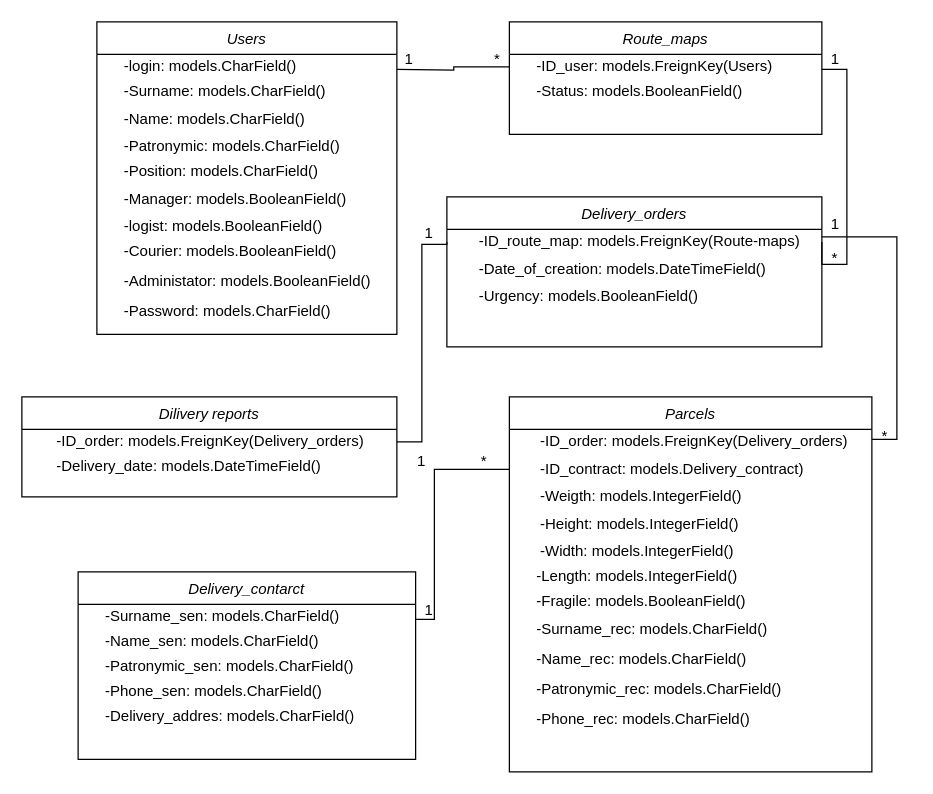
JolyBin/-Study keeps this draw.io diagram as Курсач/Draw io/Физическая диаграмма классов приложения.drawio. Above is the earlier version. Source tidied: cells renumbered, new cells numbered last; positions are measured from the earlier drawing's top-left corner, leaving out a move shared by most shapes. Both pictures are drawn from the tidied source at 125%, with x=0, y=0 at pixel (21, 21).
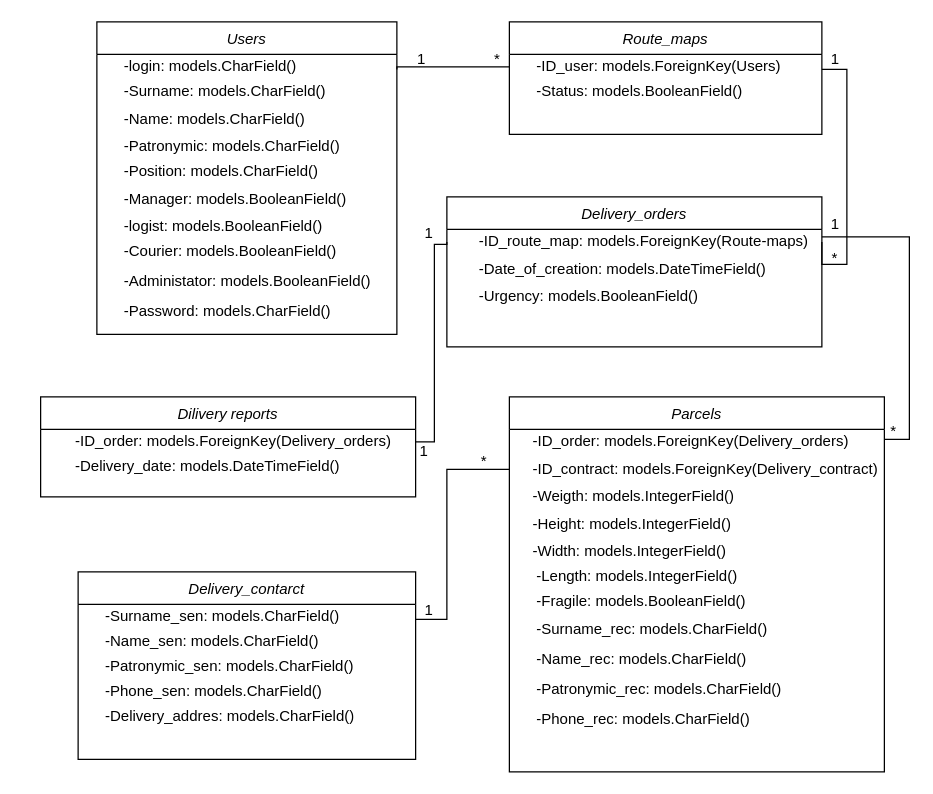
After the change.

Unchanged cells that the change refers to:
```xml
<mxCell id="7" style="shape=partialRectangle;html=1;whiteSpace=wrap;fillColor=none;top=0;left=0;bottom=0;right=0;points=[[0,0.5],[1,0.5]];portConstraint=eastwest;" parent="6" vertex="1">
  <mxGeometry width="250" height="20" as="geometry" />
</mxCell>
<mxCell id="99" style="shape=partialRectangle;html=1;whiteSpace=wrap;fillColor=none;top=0;left=0;bottom=0;right=0;points=[[0,0.5],[1,0.5]];portConstraint=eastwest;" parent="98" vertex="1">
  <mxGeometry width="300" height="20" as="geometry" />
</mxCell>
```

What changed in the source:
```diff
@@
     <mxCell id="2" style="edgeStyle=orthogonalEdgeStyle;rounded=0;jettySize=auto;html=1;entryX=0;entryY=0.5;entryDx=0;entryDy=0;endArrow=none;endFill=0;exitX=1;exitY=0.5;exitDx=0;exitDy=0;" parent="1" edge="1" target="7">
       <mxGeometry relative="1" as="geometry">
         <mxPoint x="300" y="38" as="sourcePoint" />
+        <Array as="points">
+          <mxPoint x="300" y="36" />
+        </Array>
       </mxGeometry>
     </mxCell>
     <mxCell id="3" value="1" style="text;html=1;strokeColor=none;fillColor=none;align=center;verticalAlign=middle;whiteSpace=wrap;rounded=0;" parent="1" vertex="1">
-      <mxGeometry x="290" y="20" width="40" height="20" as="geometry" />
+      <mxGeometry x="300" y="20" width="40" height="20" as="geometry" />
     </mxCell>
@@
-    <mxCell id="9" value="-ID_user: models.FreignKey(Users)" style="shape=partialRectangle;html=1;whiteSpace=wrap;overflow=hidden;fillColor=none;top=0;left=0;bottom=0;right=0;align=left;" parent="7" vertex="1">
+    <mxCell id="9" value="-ID_user: models.ForeignKey(Users)" style="shape=partialRectangle;html=1;whiteSpace=wrap;overflow=hidden;fillColor=none;top=0;left=0;bottom=0;right=0;align=left;" parent="7" vertex="1">
       <mxGeometry x="20" width="230" height="20" as="geometry" />
     </mxCell>
@@
-    <mxCell id="51" value="Dilivery reports" style="swimlane;fontStyle=2;align=center;verticalAlign=top;horizontal=1;startSize=26;rounded=0;shadow=0;strokeWidth=1;" parent="1" vertex="1">
-      <mxGeometry y="300" width="300" height="80" as="geometry" />
-    </mxCell>
-    <mxCell id="52" style="shape=table;html=1;whiteSpace=wrap;startSize=0;childLayout=tableLayout;fillColor=none;align=left;strokeColor=none;" parent="51" vertex="1">
-      <mxGeometry y="26" width="300" height="40" as="geometry" />
-    </mxCell>
-    <mxCell id="53" style="shape=partialRectangle;html=1;whiteSpace=wrap;fillColor=none;top=0;left=0;bottom=0;right=0;points=[[0,0.5],[1,0.5]];portConstraint=eastwest;" parent="52" vertex="1">
-      <mxGeometry width="300" height="20" as="geometry" />
-    </mxCell>
-    <mxCell id="54" style="shape=partialRectangle;html=1;whiteSpace=wrap;overflow=hidden;fillColor=none;top=0;left=0;bottom=0;right=0;align=center;" parent="53" vertex="1">
-      <mxGeometry width="26" height="20" as="geometry" />
-    </mxCell>
-    <mxCell id="55" value="-ID_order: models.FreignKey(Delivery_orders)" style="shape=partialRectangle;html=1;whiteSpace=wrap;overflow=hidden;fillColor=none;top=0;left=0;bottom=0;right=0;align=left;" parent="53" vertex="1">
-      <mxGeometry x="26" width="274" height="20" as="geometry" />
-    </mxCell>
-    <mxCell id="56" style="shape=partialRectangle;html=1;whiteSpace=wrap;fillColor=none;top=0;left=0;bottom=0;right=0;" parent="52" vertex="1">
-      <mxGeometry y="20" width="300" height="20" as="geometry" />
-    </mxCell>
-    <mxCell id="57" style="shape=partialRectangle;html=1;whiteSpace=wrap;overflow=hidden;fillColor=none;top=0;left=0;bottom=0;right=0;" parent="56" vertex="1">
-      <mxGeometry width="26" height="20" as="geometry" />
-    </mxCell>
-    <mxCell id="58" value="-Delivery_date: models.DateTimeField()" style="shape=partialRectangle;html=1;whiteSpace=wrap;overflow=hidden;fillColor=none;top=0;left=0;bottom=0;right=0;align=left;" parent="56" vertex="1">
-      <mxGeometry x="26" width="274" height="20" as="geometry" />
-    </mxCell>
     <mxCell id="59" style="edgeStyle=orthogonalEdgeStyle;rounded=0;jettySize=auto;html=1;entryX=0;entryY=0.5;entryDx=0;entryDy=0;endArrow=none;endFill=0;exitX=1;exitY=0.5;exitDx=0;exitDy=0;" parent="1" edge="1" source="53" target="99">
       <mxGeometry relative="1" as="geometry">
         <Array as="points">
-          <mxPoint x="320" y="336" />
-          <mxPoint x="320" y="178" />
+          <mxPoint x="330" y="336" />
+          <mxPoint x="330" y="178" />
           <mxPoint x="340" y="178" />
         </Array>
       </mxGeometry>
     </mxCell>
     <mxCell id="60" value="1" style="text;html=1;strokeColor=none;fillColor=none;align=center;verticalAlign=middle;whiteSpace=wrap;rounded=0;" parent="1" vertex="1">
-      <mxGeometry x="300" y="342" width="40" height="20" as="geometry" />
+      <mxGeometry x="302" y="334" width="40" height="20" as="geometry" />
     </mxCell>
@@
     <mxCell id="62" value="Parcels" style="swimlane;fontStyle=2;align=center;verticalAlign=top;horizontal=1;startSize=26;rounded=0;shadow=0;strokeWidth=1;" parent="1" vertex="1">
-      <mxGeometry x="390" y="300" width="290" height="300" as="geometry" />
+      <mxGeometry x="390" y="300" width="300" height="300" as="geometry" />
     </mxCell>
     <mxCell id="63" style="shape=table;html=1;whiteSpace=wrap;startSize=0;childLayout=tableLayout;fillColor=none;align=left;strokeColor=none;" parent="62" vertex="1">
-      <mxGeometry y="26" width="290" height="108" as="geometry" />
+      <mxGeometry y="26" width="300" height="108" as="geometry" />
     </mxCell>
     <mxCell id="64" style="shape=partialRectangle;html=1;whiteSpace=wrap;fillColor=none;top=0;left=0;bottom=0;right=0;" parent="63" vertex="1">
-      <mxGeometry width="290" height="20" as="geometry" />
+      <mxGeometry width="300" height="20" as="geometry" />
     </mxCell>
     <mxCell id="65" style="shape=partialRectangle;html=1;whiteSpace=wrap;overflow=hidden;fillColor=none;top=0;left=0;bottom=0;right=0;align=center;" parent="64" vertex="1">
-      <mxGeometry width="23" height="20" as="geometry" />
+      <mxGeometry width="17" height="20" as="geometry" />
     </mxCell>
-    <mxCell id="66" value="-ID_order: models.FreignKey(Delivery_orders)" style="shape=partialRectangle;html=1;whiteSpace=wrap;overflow=hidden;fillColor=none;top=0;left=0;bottom=0;right=0;align=left;" parent="64" vertex="1">
-      <mxGeometry x="23" width="267" height="20" as="geometry" />
+    <mxCell id="66" value="-ID_order: models.ForeignKey(Delivery_orders)" style="shape=partialRectangle;html=1;whiteSpace=wrap;overflow=hidden;fillColor=none;top=0;left=0;bottom=0;right=0;align=left;" parent="64" vertex="1">
+      <mxGeometry x="17" width="283" height="20" as="geometry" />
     </mxCell>
     <mxCell id="67" style="shape=partialRectangle;html=1;whiteSpace=wrap;fillColor=none;top=0;left=0;bottom=0;right=0;points=[[0,0.5],[1,0.5]];portConstraint=eastwest;" parent="63" vertex="1">
-      <mxGeometry y="20" width="290" height="24" as="geometry" />
+      <mxGeometry y="20" width="300" height="24" as="geometry" />
     </mxCell>
     <mxCell id="68" style="shape=partialRectangle;html=1;whiteSpace=wrap;overflow=hidden;fillColor=none;top=0;left=0;bottom=0;right=0;align=center;" parent="67" vertex="1">
-      <mxGeometry width="23" height="24" as="geometry" />
+      <mxGeometry width="17" height="24" as="geometry" />
     </mxCell>
-    <mxCell id="69" value="-ID_contract: models.Delivery_contract)" style="shape=partialRectangle;html=1;whiteSpace=wrap;overflow=hidden;fillColor=none;top=0;left=0;bottom=0;right=0;align=left;" parent="67" vertex="1">
-      <mxGeometry x="23" width="267" height="24" as="geometry" />
+    <mxCell id="69" value="-ID_contract: models.ForeignKey(Delivery_contract)" style="shape=partialRectangle;html=1;whiteSpace=wrap;overflow=hidden;fillColor=none;top=0;left=0;bottom=0;right=0;align=left;" parent="67" vertex="1">
+      <mxGeometry x="17" width="283" height="24" as="geometry" />
     </mxCell>
     <mxCell id="70" style="shape=partialRectangle;html=1;whiteSpace=wrap;fillColor=none;top=0;left=0;bottom=0;right=0;" parent="63" vertex="1">
-      <mxGeometry y="44" width="290" height="20" as="geometry" />
+      <mxGeometry y="44" width="300" height="20" as="geometry" />
     </mxCell>
     <mxCell id="71" style="shape=partialRectangle;html=1;whiteSpace=wrap;overflow=hidden;fillColor=none;top=0;left=0;bottom=0;right=0;align=left;" parent="70" vertex="1">
-      <mxGeometry width="23" height="20" as="geometry" />
+      <mxGeometry width="17" height="20" as="geometry" />
     </mxCell>
     <mxCell id="72" value="-Weigth: models.IntegerField()" style="shape=partialRectangle;html=1;whiteSpace=wrap;overflow=hidden;fillColor=none;top=0;left=0;bottom=0;right=0;align=left;" parent="70" vertex="1">
-      <mxGeometry x="23" width="267" height="20" as="geometry" />
+      <mxGeometry x="17" width="283" height="20" as="geometry" />
     </mxCell>
     <mxCell id="73" style="shape=partialRectangle;html=1;whiteSpace=wrap;fillColor=none;top=0;left=0;bottom=0;right=0;" parent="63" vertex="1">
-      <mxGeometry y="64" width="290" height="24" as="geometry" />
+      <mxGeometry y="64" width="300" height="24" as="geometry" />
     </mxCell>
     <mxCell id="74" style="shape=partialRectangle;html=1;whiteSpace=wrap;overflow=hidden;fillColor=none;top=0;left=0;bottom=0;right=0;align=left;" parent="73" vertex="1">
-      <mxGeometry width="23" height="24" as="geometry" />
+      <mxGeometry width="17" height="24" as="geometry" />
     </mxCell>
     <mxCell id="75" value="-Height: models.IntegerField()" style="shape=partialRectangle;html=1;whiteSpace=wrap;overflow=hidden;fillColor=none;top=0;left=0;bottom=0;right=0;align=left;" parent="73" vertex="1">
-      <mxGeometry x="23" width="267" height="24" as="geometry" />
+      <mxGeometry x="17" width="283" height="24" as="geometry" />
     </mxCell>
     <mxCell id="76" style="shape=partialRectangle;html=1;whiteSpace=wrap;fillColor=none;top=0;left=0;bottom=0;right=0;" parent="63" vertex="1">
-      <mxGeometry y="88" width="290" height="20" as="geometry" />
+      <mxGeometry y="88" width="300" height="20" as="geometry" />
     </mxCell>
     <mxCell id="77" style="shape=partialRectangle;html=1;whiteSpace=wrap;overflow=hidden;fillColor=none;top=0;left=0;bottom=0;right=0;" parent="76" vertex="1">
-      <mxGeometry width="23" height="20" as="geometry" />
+      <mxGeometry width="17" height="20" as="geometry" />
     </mxCell>
     <mxCell id="78" value="-Width: models.IntegerField()" style="shape=partialRectangle;html=1;whiteSpace=wrap;overflow=hidden;fillColor=none;top=0;left=0;bottom=0;right=0;align=left;" parent="76" vertex="1">
-      <mxGeometry x="23" width="267" height="20" as="geometry" />
+      <mxGeometry x="17" width="283" height="20" as="geometry" />
     </mxCell>
     <mxCell id="79" style="shape=partialRectangle;html=1;whiteSpace=wrap;fillColor=none;top=0;left=0;bottom=0;right=0;" parent="62" vertex="1">
-      <mxGeometry y="134" width="290" height="20" as="geometry" />
+      <mxGeometry y="134" width="300" height="20" as="geometry" />
     </mxCell>
@@
     <mxCell id="82" style="shape=partialRectangle;html=1;whiteSpace=wrap;fillColor=none;top=0;left=0;bottom=0;right=0;" parent="62" vertex="1">
-      <mxGeometry y="154" width="290" height="20" as="geometry" />
+      <mxGeometry y="154" width="300" height="20" as="geometry" />
     </mxCell>
@@
     <mxCell id="85" style="shape=partialRectangle;html=1;whiteSpace=wrap;fillColor=none;top=0;left=0;bottom=0;right=0;" parent="62" vertex="1">
-      <mxGeometry y="174" width="290" height="24" as="geometry" />
+      <mxGeometry y="174" width="300" height="24" as="geometry" />
     </mxCell>
@@
     <mxCell id="88" style="shape=partialRectangle;html=1;whiteSpace=wrap;fillColor=none;top=0;left=0;bottom=0;right=0;" parent="62" vertex="1">
-      <mxGeometry y="198" width="290" height="24" as="geometry" />
+      <mxGeometry y="198" width="300" height="24" as="geometry" />
     </mxCell>
@@
     <mxCell id="91" style="shape=partialRectangle;html=1;whiteSpace=wrap;fillColor=none;top=0;left=0;bottom=0;right=0;" parent="62" vertex="1">
-      <mxGeometry y="222" width="290" height="24" as="geometry" />
+      <mxGeometry y="222" width="300" height="24" as="geometry" />
     </mxCell>
@@
     <mxCell id="94" style="shape=partialRectangle;html=1;whiteSpace=wrap;fillColor=none;top=0;left=0;bottom=0;right=0;" parent="62" vertex="1">
-      <mxGeometry y="246" width="290" height="24" as="geometry" />
+      <mxGeometry y="246" width="300" height="24" as="geometry" />
     </mxCell>
@@
-    <mxCell id="101" value="-ID_route_map: models.FreignKey(Route-maps)" style="shape=partialRectangle;html=1;whiteSpace=wrap;overflow=hidden;fillColor=none;top=0;left=0;bottom=0;right=0;align=left;" parent="99" vertex="1">
+    <mxCell id="101" value="-ID_route_map: models.ForeignKey(Route-maps)" style="shape=partialRectangle;html=1;whiteSpace=wrap;overflow=hidden;fillColor=none;top=0;left=0;bottom=0;right=0;align=left;" parent="99" vertex="1">
       <mxGeometry x="24" width="276" height="20" as="geometry" />
     </mxCell>
@@
     <mxCell id="108" style="edgeStyle=orthogonalEdgeStyle;rounded=0;orthogonalLoop=1;jettySize=auto;html=1;entryX=1;entryY=0.5;entryDx=0;entryDy=0;endArrow=none;endFill=0;" parent="1" edge="1">
       <mxGeometry relative="1" as="geometry">
-        <mxPoint x="680" y="334" as="sourcePoint" />
+        <mxPoint x="690" y="334" as="sourcePoint" />
         <mxPoint x="640" y="172" as="targetPoint" />
         <Array as="points">
-          <mxPoint x="700" y="334" />
-          <mxPoint x="700" y="172" />
+          <mxPoint x="710" y="334" />
+          <mxPoint x="710" y="172" />
         </Array>
       </mxGeometry>
     </mxCell>
@@
     <mxCell id="110" value="*" style="text;html=1;align=center;verticalAlign=middle;" parent="1" vertex="1">
-      <mxGeometry x="680" y="322" width="20" height="20" as="geometry" />
+      <mxGeometry x="687" y="318" width="20" height="20" as="geometry" />
     </mxCell>
     <mxCell id="111" style="edgeStyle=orthogonalEdgeStyle;rounded=0;jettySize=auto;html=1;exitX=1;exitY=0.5;exitDx=0;exitDy=0;entryX=0;entryY=0.5;entryDx=0;entryDy=0;endArrow=none;endFill=0;" parent="1" edge="1" target="67">
       <mxGeometry relative="1" as="geometry">
         <mxPoint x="315" y="478" as="sourcePoint" />
         <Array as="points">
-          <mxPoint x="330" y="478" />
-          <mxPoint x="330" y="358" />
+          <mxPoint x="340" y="478" />
+          <mxPoint x="340" y="358" />
         </Array>
       </mxGeometry>
     </mxCell>
@@
+    <mxCell id="51" value="Dilivery reports" style="swimlane;fontStyle=2;align=center;verticalAlign=top;horizontal=1;startSize=26;rounded=0;shadow=0;strokeWidth=1;" parent="1" vertex="1">
+      <mxGeometry x="15" y="300" width="300" height="80" as="geometry" />
+    </mxCell>
+    <mxCell id="52" style="shape=table;html=1;whiteSpace=wrap;startSize=0;childLayout=tableLayout;fillColor=none;align=left;strokeColor=none;" parent="51" vertex="1">
+      <mxGeometry y="26" width="300" height="40" as="geometry" />
+    </mxCell>
+    <mxCell id="53" style="shape=partialRectangle;html=1;whiteSpace=wrap;fillColor=none;top=0;left=0;bottom=0;right=0;points=[[0,0.5],[1,0.5]];portConstraint=eastwest;" parent="52" vertex="1">
+      <mxGeometry width="300" height="20" as="geometry" />
+    </mxCell>
+    <mxCell id="54" style="shape=partialRectangle;html=1;whiteSpace=wrap;overflow=hidden;fillColor=none;top=0;left=0;bottom=0;right=0;align=center;" parent="53" vertex="1">
+      <mxGeometry width="26" height="20" as="geometry" />
+    </mxCell>
+    <mxCell id="55" value="-ID_order: models.ForeignKey(Delivery_orders)" style="shape=partialRectangle;html=1;whiteSpace=wrap;overflow=hidden;fillColor=none;top=0;left=0;bottom=0;right=0;align=left;" parent="53" vertex="1">
+      <mxGeometry x="26" width="274" height="20" as="geometry" />
+    </mxCell>
+    <mxCell id="56" style="shape=partialRectangle;html=1;whiteSpace=wrap;fillColor=none;top=0;left=0;bottom=0;right=0;" parent="52" vertex="1">
+      <mxGeometry y="20" width="300" height="20" as="geometry" />
+    </mxCell>
+    <mxCell id="57" style="shape=partialRectangle;html=1;whiteSpace=wrap;overflow=hidden;fillColor=none;top=0;left=0;bottom=0;right=0;" parent="56" vertex="1">
+      <mxGeometry width="26" height="20" as="geometry" />
+    </mxCell>
+    <mxCell id="58" value="-Delivery_date: models.DateTimeField()" style="shape=partialRectangle;html=1;whiteSpace=wrap;overflow=hidden;fillColor=none;top=0;left=0;bottom=0;right=0;align=left;" parent="56" vertex="1">
+      <mxGeometry x="26" width="274" height="20" as="geometry" />
+    </mxCell>
```
